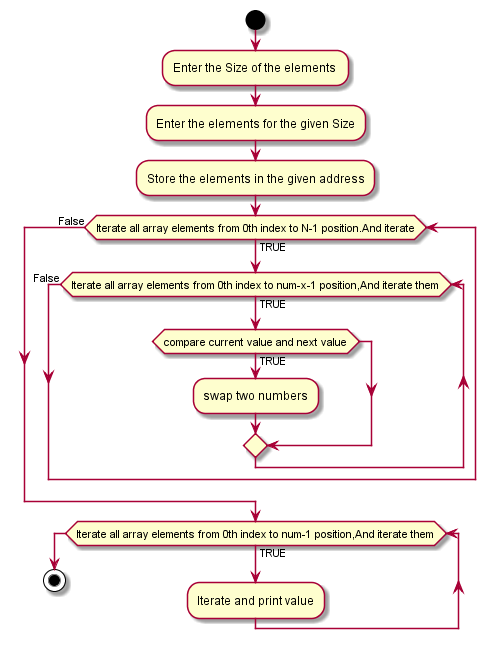
Before: assets/bubble-sort.png, a diagram exported from PlantUML (AthiMCCI/bubble-sort).
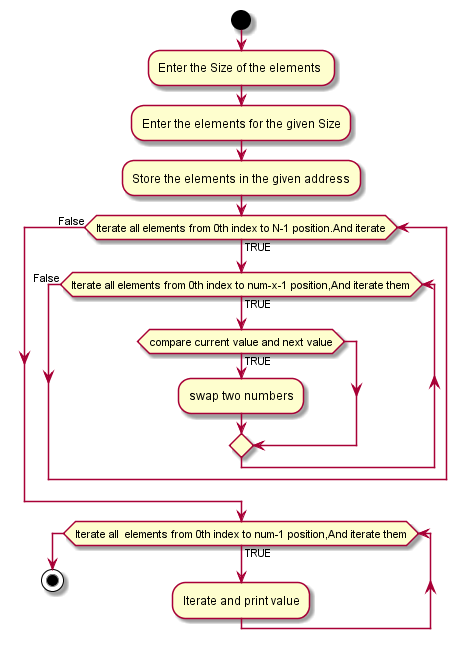
After the commit.

Diff of the diagram source:
```diff
@@ -3,14 +3,15 @@
 :Enter the Size of the elements ;
 :Enter the elements for the given Size;
 :Store the elements in the given address;
-while (Iterate all array elements from 0th index to N-1 position.And iterate) is (TRUE)
-    while (Iterate all array elements from 0th index to num-x-1 position,And iterate them) is (TRUE)
+while (Iterate all elements from 0th index to N-1 position.And iterate) is (TRUE)
+    while (Iterate all elements from 0th index to num-x-1 position,And iterate them) is (TRUE)
     if (compare current value and next value) is (TRUE) then
         :swap two numbers;
     endif
+
     endwhile (False)
 endwhile (False)
-while (Iterate all array elements from 0th index to num-1 position,And iterate them) is (TRUE)
+while (Iterate all  elements from 0th index to num-1 position,And iterate them) is (TRUE)
     :Iterate and print value;
 endwhile
 stop
```
